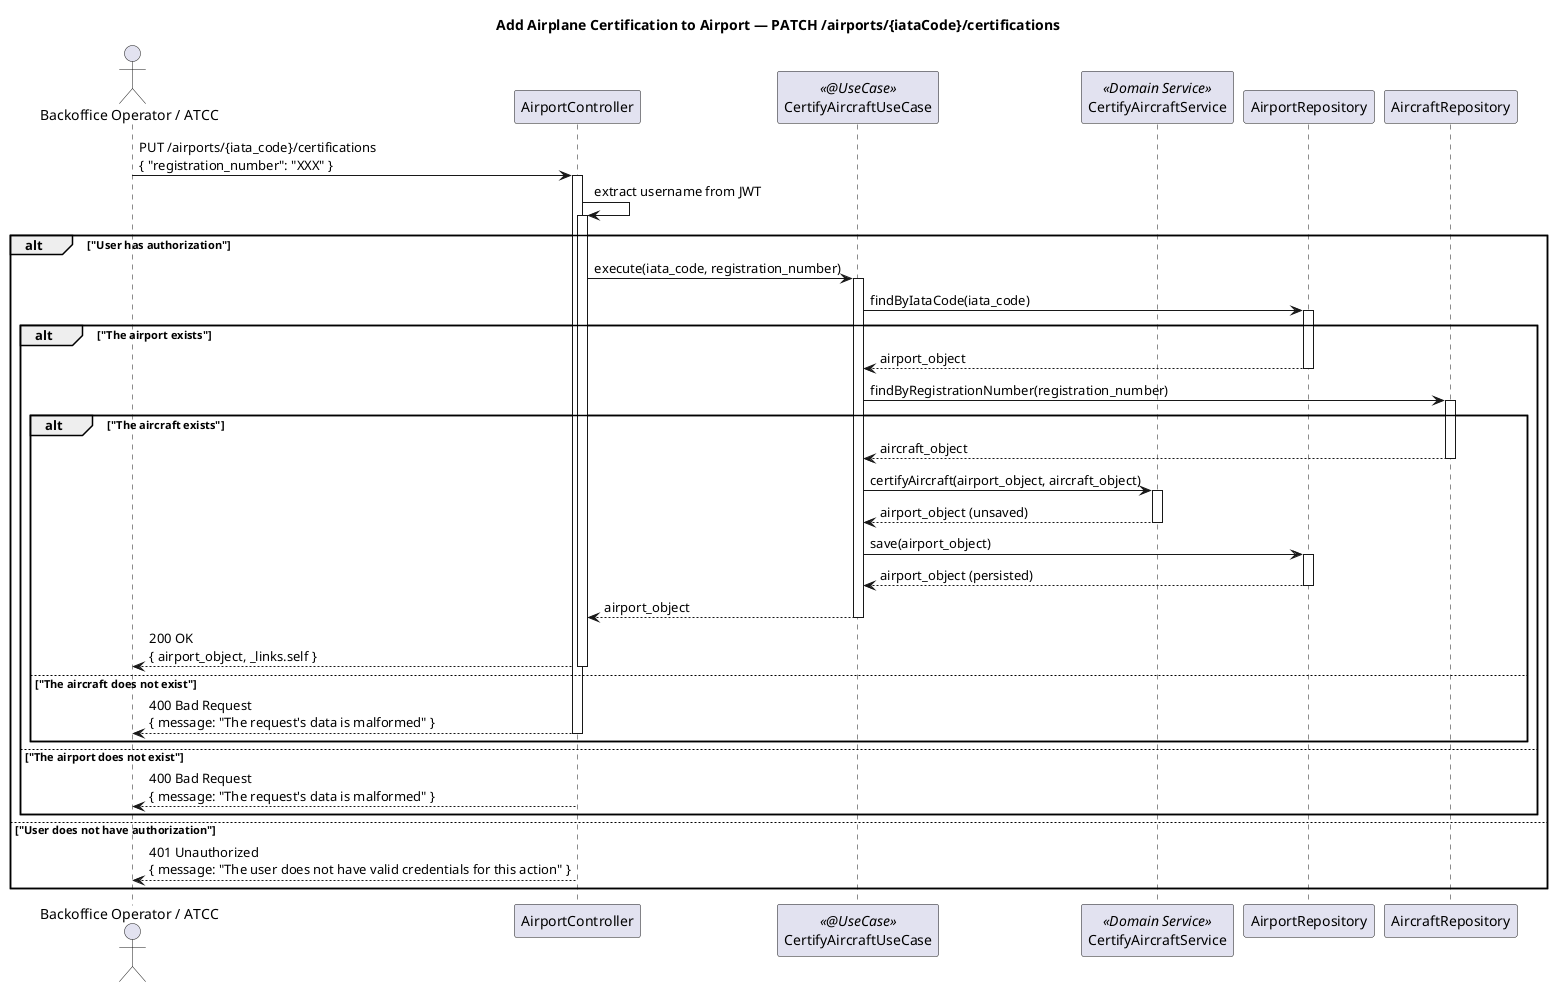
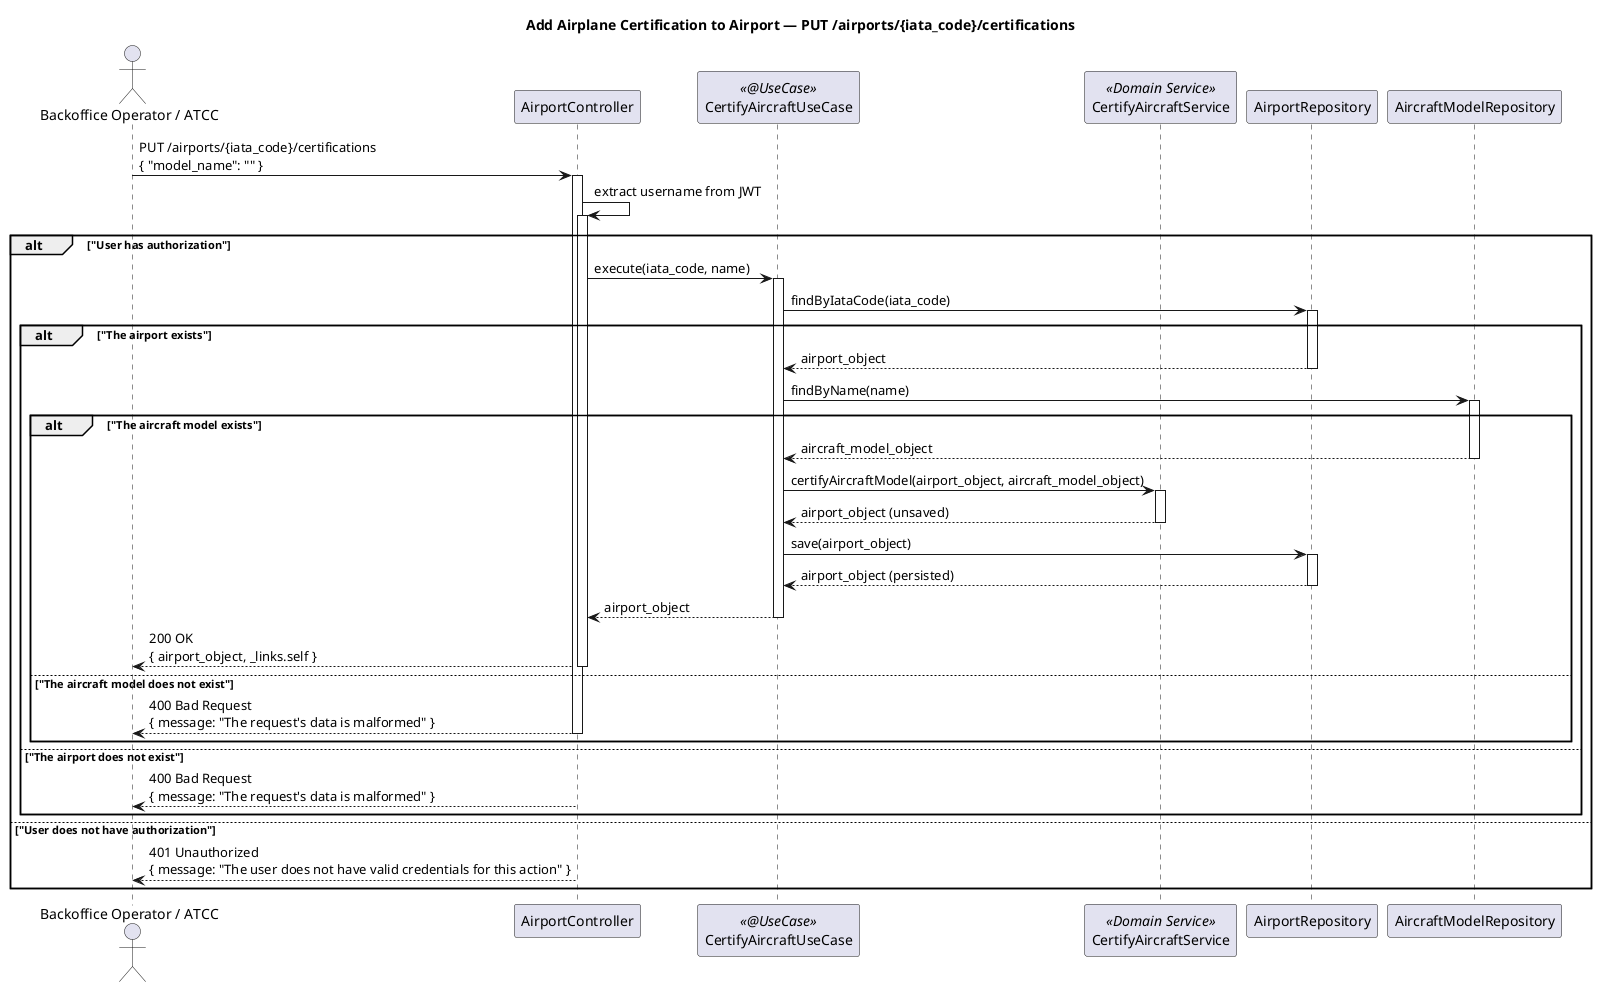
@startuml
- title Add Airplane Certification to Airport — PATCH /airports/{iataCode}/certifications
+ title Add Airplane Certification to Airport — PUT /airports/{iata_code}/certifications

autoactivate on

actor "Backoffice Operator / ATCC" as BO
participant AirportController
participant CertifyAircraftUseCase <<@UseCase>>
participant CertifyAircraftService <<Domain Service>>
participant AirportRepository
- participant AircraftRepository
+ participant AircraftModelRepository

- BO -> AirportController : PUT /airports/{iata_code}/certifications\n{ "registration_number": "XXX" }
+ BO -> AirportController : PUT /airports/{iata_code}/certifications\n{ "model_name": "" }

AirportController -> AirportController : extract username from JWT
alt "User has authorization"
-     AirportController -> CertifyAircraftUseCase : execute(iata_code, registration_number)
+     AirportController -> CertifyAircraftUseCase : execute(iata_code, name)
        CertifyAircraftUseCase -> AirportRepository : findByIataCode(iata_code)

        alt "The airport exists"
            AirportRepository --> CertifyAircraftUseCase : airport_object

-             CertifyAircraftUseCase -> AircraftRepository : findByRegistrationNumber(registration_number)
+             CertifyAircraftUseCase -> AircraftModelRepository : findByName(name)

-             alt "The aircraft exists"
-                 AircraftRepository --> CertifyAircraftUseCase : aircraft_object
+             alt "The aircraft model exists"
+                 AircraftModelRepository --> CertifyAircraftUseCase : aircraft_model_object

-                 CertifyAircraftUseCase -> CertifyAircraftService : certifyAircraft(airport_object, aircraft_object)
+                 CertifyAircraftUseCase -> CertifyAircraftService : certifyAircraftModel(airport_object, aircraft_model_object)
                CertifyAircraftService --> CertifyAircraftUseCase : airport_object (unsaved)

                CertifyAircraftUseCase -> AirportRepository : save(airport_object)
                AirportRepository --> CertifyAircraftUseCase : airport_object (persisted)

                CertifyAircraftUseCase --> AirportController : airport_object
                AirportController --> BO : 200 OK\n{ airport_object, _links.self }

-             else "The aircraft does not exist"
+             else "The aircraft model does not exist"
                AirportController --> BO : 400 Bad Request\n{ message: "The request's data is malformed" }
            end

        else "The airport does not exist"
            AirportController --> BO : 400 Bad Request\n{ message: "The request's data is malformed" }
        end

else "User does not have authorization"
    AirportController --> BO : 401 Unauthorized\n{ message: "The user does not have valid credentials for this action" }
end

@enduml